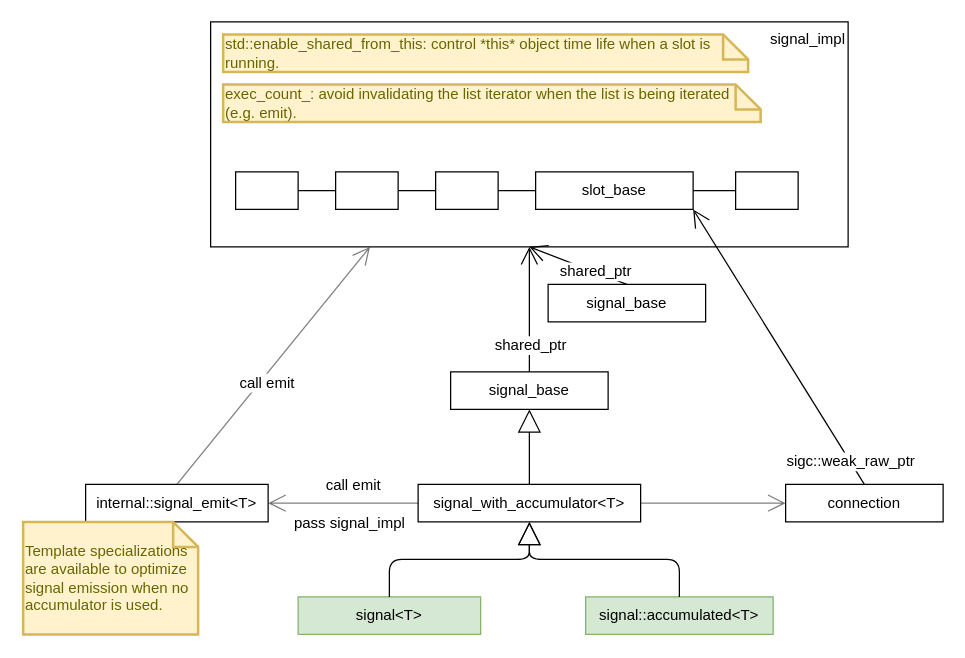
This is page "Page-2" (2 of 2) of sigcpp.drawio from harwise/diagrams, a draw.io file, before an edit. Source tidied: cells renumbered, new cells numbered last; positions are measured from the earlier drawing's top-left corner, leaving out a move shared by most shapes. Both pictures are drawn from the tidied source at 125%, with x=0, y=0 at pixel (22, 21).
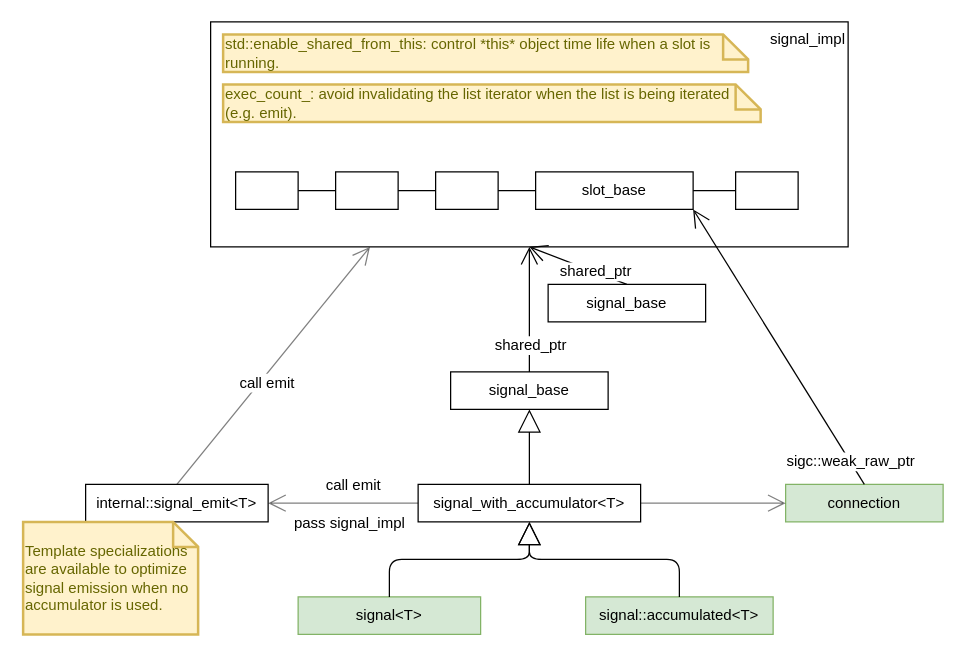
After the change.

What changed in the source:
```diff
@@
-    <mxCell id="23" value="connection" style="rounded=0;whiteSpace=wrap;html=1;align=center;shadow=0;" parent="1" vertex="1">
+    <mxCell id="23" value="connection" style="rounded=0;whiteSpace=wrap;html=1;align=center;shadow=0;fillColor=#d5e8d4;strokeColor=#82b366;" parent="1" vertex="1">
       <mxGeometry x="610" y="370" width="126" height="30" as="geometry" />
     </mxCell>
```
